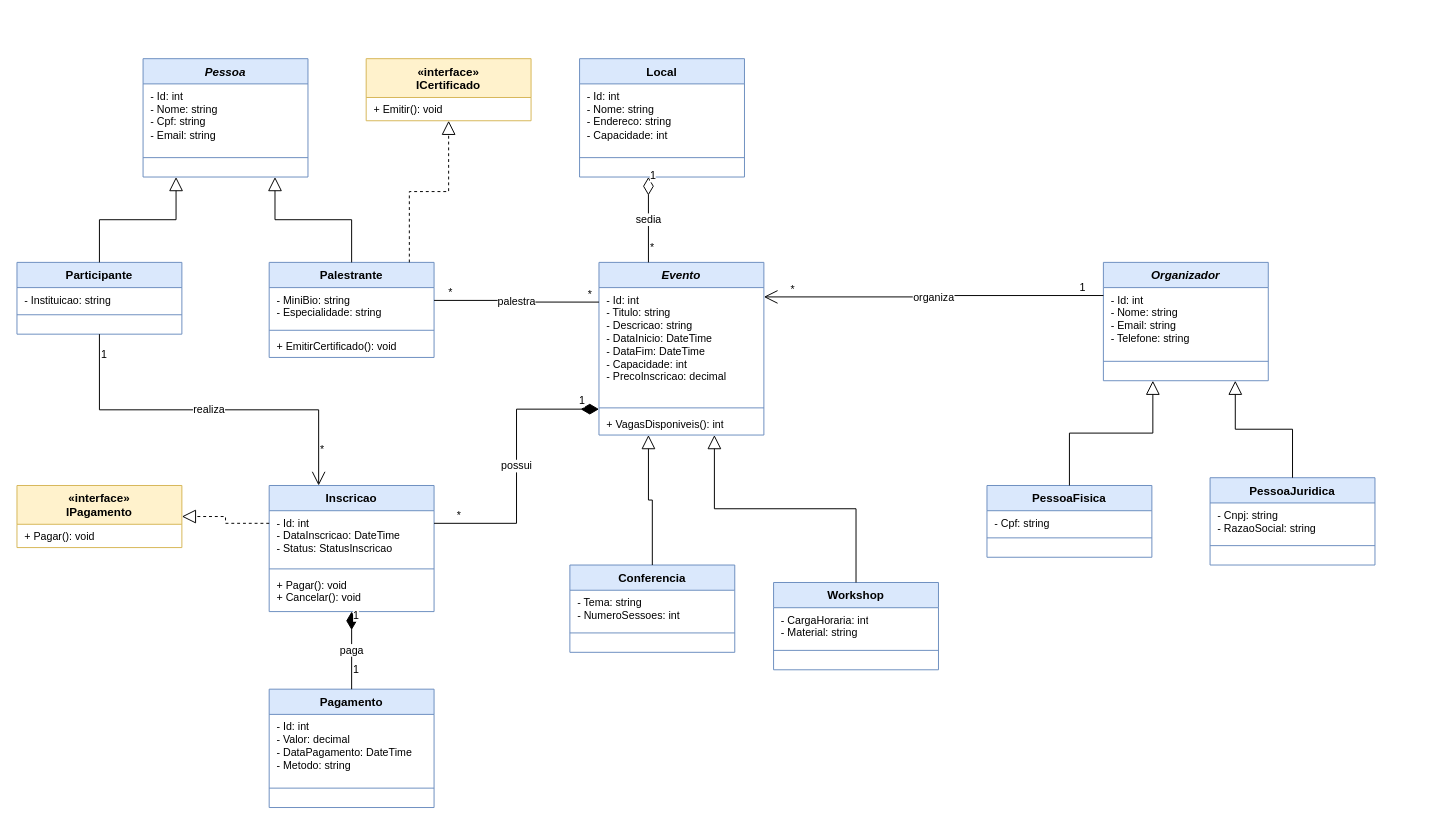
Earlier version of the draw.io diagram docs/diagrama_classes_eventos.drawio (Gabriel-Romanovski-Vitorasse/Sistema-de-Gestao-de-Eventos). Source tidied: cells renumbered, new cells numbered last; positions are measured from the earlier drawing's top-left corner, leaving out a move shared by most shapes. Both pictures are drawn from the tidied source at 97%, with x=0, y=0 at pixel (16, 58).
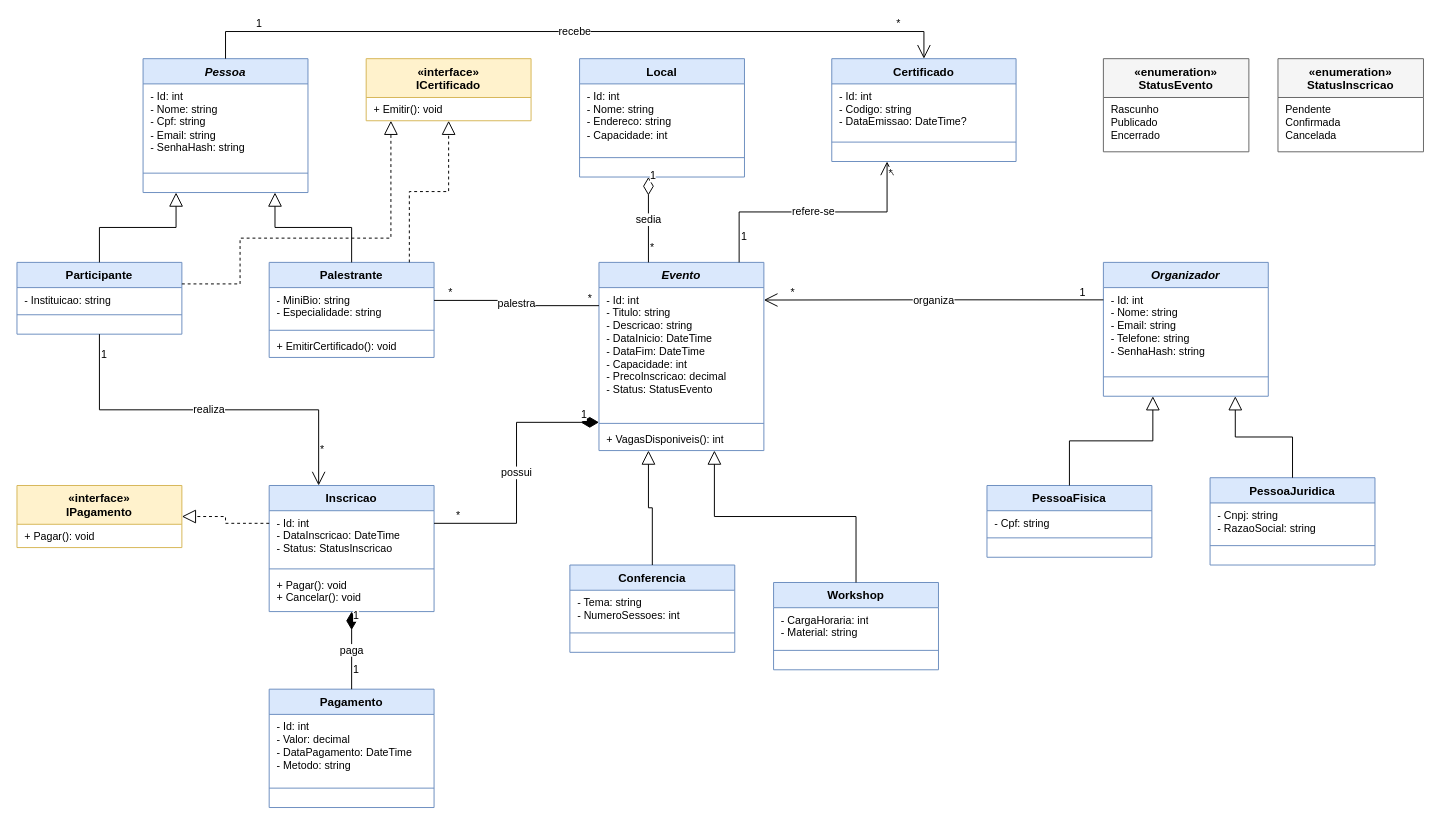
The same page after the edit.

The change refers to these unchanged cells:
```xml
<mxCell id="6" value="Participante" style="swimlane;fontStyle=1;align=center;verticalAlign=top;horizontal=1;startSize=26;whiteSpace=wrap;html=1;fontSize=12;fillColor=#dae8fc;strokeColor=#6c8ebf;" parent="1" vertex="1">
  <mxGeometry y="210" width="170" height="74" as="geometry" />
</mxCell>
<mxCell id="14" value="&amp;laquo;interface&amp;raquo;&lt;br&gt;ICertificado" style="swimlane;fontStyle=1;align=center;verticalAlign=top;horizontal=1;startSize=40;whiteSpace=wrap;html=1;fontSize=12;fillColor=#fff2cc;strokeColor=#d6b656;" parent="1" vertex="1">
  <mxGeometry x="360" width="170" height="64" as="geometry" />
</mxCell>
```

Diff of the diagram source:
```diff
@@
     <mxCell id="2" value="Pessoa" style="swimlane;fontStyle=3;align=center;verticalAlign=top;horizontal=1;startSize=26;whiteSpace=wrap;html=1;fontSize=12;fillColor=#dae8fc;strokeColor=#6c8ebf;" parent="1" vertex="1">
-      <mxGeometry x="130" width="170" height="122" as="geometry" />
+      <mxGeometry x="130" width="170" height="138" as="geometry" />
     </mxCell>
-    <mxCell id="3" value="- Id: int&lt;br&gt;- Nome: string&lt;br&gt;- Cpf: string&lt;br&gt;- Email: string" style="text;strokeColor=none;fillColor=none;align=left;verticalAlign=top;spacingLeft=6;spacingRight=4;overflow=hidden;whiteSpace=wrap;html=1;fontSize=11;" parent="2" vertex="1">
-      <mxGeometry y="26" width="170" height="72" as="geometry" />
+    <mxCell id="3" value="- Id: int&lt;br&gt;- Nome: string&lt;br&gt;- Cpf: string&lt;br&gt;- Email: string&lt;br&gt;- SenhaHash: string" style="text;strokeColor=none;fillColor=none;align=left;verticalAlign=top;spacingLeft=6;spacingRight=4;overflow=hidden;whiteSpace=wrap;html=1;fontSize=11;" parent="2" vertex="1">
+      <mxGeometry y="26" width="170" height="88" as="geometry" />
     </mxCell>
     <mxCell id="4" style="line;strokeWidth=1;fillColor=none;align=left;verticalAlign=middle;spacingTop=-1;spacingLeft=3;spacingRight=3;labelPosition=right;strokeColor=inherit;" parent="2" vertex="1">
-      <mxGeometry y="98" width="170" height="8" as="geometry" />
+      <mxGeometry y="114" width="170" height="8" as="geometry" />
     </mxCell>
     <mxCell id="5" style="text;strokeColor=none;fillColor=none;align=left;verticalAlign=top;spacingLeft=6;spacingRight=4;overflow=hidden;whiteSpace=wrap;html=1;fontSize=11;" parent="2" vertex="1">
-      <mxGeometry y="106" width="170" height="16" as="geometry" />
+      <mxGeometry y="122" width="170" height="16" as="geometry" />
     </mxCell>
@@
     <mxCell id="22" value="Evento" style="swimlane;fontStyle=3;align=center;verticalAlign=top;horizontal=1;startSize=26;whiteSpace=wrap;html=1;fontSize=12;fillColor=#dae8fc;strokeColor=#6c8ebf;" parent="1" vertex="1">
-      <mxGeometry x="600" y="210" width="170" height="178" as="geometry" />
+      <mxGeometry x="600" y="210" width="170" height="194" as="geometry" />
     </mxCell>
-    <mxCell id="23" value="- Id: int&lt;br&gt;- Titulo: string&lt;br&gt;- Descricao: string&lt;br&gt;- DataInicio: DateTime&lt;br&gt;- DataFim: DateTime&lt;br&gt;- Capacidade: int&lt;br&gt;- PrecoInscricao: decimal" style="text;strokeColor=none;fillColor=none;align=left;verticalAlign=top;spacingLeft=6;spacingRight=4;overflow=hidden;whiteSpace=wrap;html=1;fontSize=11;" parent="22" vertex="1">
-      <mxGeometry y="26" width="170" height="120" as="geometry" />
+    <mxCell id="23" value="- Id: int&lt;br&gt;- Titulo: string&lt;br&gt;- Descricao: string&lt;br&gt;- DataInicio: DateTime&lt;br&gt;- DataFim: DateTime&lt;br&gt;- Capacidade: int&lt;br&gt;- PrecoInscricao: decimal&lt;br&gt;- Status: StatusEvento" style="text;strokeColor=none;fillColor=none;align=left;verticalAlign=top;spacingLeft=6;spacingRight=4;overflow=hidden;whiteSpace=wrap;html=1;fontSize=11;" parent="22" vertex="1">
+      <mxGeometry y="26" width="170" height="136" as="geometry" />
     </mxCell>
     <mxCell id="24" style="line;strokeWidth=1;fillColor=none;align=left;verticalAlign=middle;spacingTop=-1;spacingLeft=3;spacingRight=3;labelPosition=right;strokeColor=inherit;" parent="22" vertex="1">
-      <mxGeometry y="146" width="170" height="8" as="geometry" />
+      <mxGeometry y="162" width="170" height="8" as="geometry" />
     </mxCell>
     <mxCell id="25" value="+ VagasDisponiveis(): int" style="text;strokeColor=none;fillColor=none;align=left;verticalAlign=top;spacingLeft=6;spacingRight=4;overflow=hidden;whiteSpace=wrap;html=1;fontSize=11;" parent="22" vertex="1">
-      <mxGeometry y="154" width="170" height="24" as="geometry" />
+      <mxGeometry y="170" width="170" height="24" as="geometry" />
     </mxCell>
@@
     <mxCell id="38" value="Organizador" style="swimlane;fontStyle=3;align=center;verticalAlign=top;horizontal=1;startSize=26;whiteSpace=wrap;html=1;fontSize=12;fillColor=#dae8fc;strokeColor=#6c8ebf;" parent="1" vertex="1">
-      <mxGeometry x="1120" y="210" width="170" height="122" as="geometry" />
+      <mxGeometry x="1120" y="210" width="170" height="138" as="geometry" />
     </mxCell>
-    <mxCell id="39" value="- Id: int&lt;br&gt;- Nome: string&lt;br&gt;- Email: string&lt;br&gt;- Telefone: string" style="text;strokeColor=none;fillColor=none;align=left;verticalAlign=top;spacingLeft=6;spacingRight=4;overflow=hidden;whiteSpace=wrap;html=1;fontSize=11;" parent="38" vertex="1">
-      <mxGeometry y="26" width="170" height="72" as="geometry" />
+    <mxCell id="39" value="- Id: int&lt;br&gt;- Nome: string&lt;br&gt;- Email: string&lt;br&gt;- Telefone: string&lt;br&gt;- SenhaHash: string" style="text;strokeColor=none;fillColor=none;align=left;verticalAlign=top;spacingLeft=6;spacingRight=4;overflow=hidden;whiteSpace=wrap;html=1;fontSize=11;" parent="38" vertex="1">
+      <mxGeometry y="26" width="170" height="88" as="geometry" />
     </mxCell>
     <mxCell id="40" style="line;strokeWidth=1;fillColor=none;align=left;verticalAlign=middle;spacingTop=-1;spacingLeft=3;spacingRight=3;labelPosition=right;strokeColor=inherit;" parent="38" vertex="1">
-      <mxGeometry y="98" width="170" height="8" as="geometry" />
+      <mxGeometry y="114" width="170" height="8" as="geometry" />
     </mxCell>
     <mxCell id="41" style="text;strokeColor=none;fillColor=none;align=left;verticalAlign=top;spacingLeft=6;spacingRight=4;overflow=hidden;whiteSpace=wrap;html=1;fontSize=11;" parent="38" vertex="1">
-      <mxGeometry y="106" width="170" height="16" as="geometry" />
+      <mxGeometry y="122" width="170" height="16" as="geometry" />
     </mxCell>
@@
+    <mxCell id="80" value="Certificado" style="swimlane;fontStyle=1;align=center;verticalAlign=top;horizontal=1;startSize=26;whiteSpace=wrap;html=1;fontSize=12;fillColor=#dae8fc;strokeColor=#6c8ebf;" parent="1" vertex="1">
+      <mxGeometry x="840" width="190" height="106" as="geometry" />
+    </mxCell>
+    <mxCell id="81" value="- Id: int&lt;br&gt;- Codigo: string&lt;br&gt;- DataEmissao: DateTime?" style="text;strokeColor=none;fillColor=none;align=left;verticalAlign=top;spacingLeft=6;spacingRight=4;overflow=hidden;whiteSpace=wrap;html=1;fontSize=11;" parent="80" vertex="1">
+      <mxGeometry y="26" width="190" height="56" as="geometry" />
+    </mxCell>
+    <mxCell id="82" style="line;strokeWidth=1;fillColor=none;align=left;verticalAlign=middle;spacingTop=-1;spacingLeft=3;spacingRight=3;labelPosition=right;strokeColor=inherit;" parent="80" vertex="1">
+      <mxGeometry y="82" width="190" height="8" as="geometry" />
+    </mxCell>
+    <mxCell id="83" style="text;strokeColor=none;fillColor=none;align=left;verticalAlign=top;spacingLeft=6;spacingRight=4;overflow=hidden;whiteSpace=wrap;html=1;fontSize=11;" parent="80" vertex="1">
+      <mxGeometry y="90" width="190" height="16" as="geometry" />
+    </mxCell>
+    <mxCell id="84" value="&amp;laquo;enumeration&amp;raquo;&lt;br&gt;StatusEvento" style="swimlane;fontStyle=1;align=center;verticalAlign=top;horizontal=1;startSize=40;whiteSpace=wrap;html=1;fontSize=12;fillColor=#f5f5f5;strokeColor=#666666;" parent="1" vertex="1">
+      <mxGeometry x="1120" width="150" height="96" as="geometry" />
+    </mxCell>
+    <mxCell id="85" value="Rascunho&lt;br&gt;Publicado&lt;br&gt;Encerrado" style="text;strokeColor=none;fillColor=none;align=left;verticalAlign=top;spacingLeft=6;spacingRight=4;overflow=hidden;whiteSpace=wrap;html=1;fontSize=11;" parent="84" vertex="1">
+      <mxGeometry y="40" width="150" height="56" as="geometry" />
+    </mxCell>
+    <mxCell id="86" value="&amp;laquo;enumeration&amp;raquo;&lt;br&gt;StatusInscricao" style="swimlane;fontStyle=1;align=center;verticalAlign=top;horizontal=1;startSize=40;whiteSpace=wrap;html=1;fontSize=12;fillColor=#f5f5f5;strokeColor=#666666;" parent="1" vertex="1">
+      <mxGeometry x="1300" width="150" height="96" as="geometry" />
+    </mxCell>
+    <mxCell id="87" value="Pendente&lt;br&gt;Confirmada&lt;br&gt;Cancelada" style="text;strokeColor=none;fillColor=none;align=left;verticalAlign=top;spacingLeft=6;spacingRight=4;overflow=hidden;whiteSpace=wrap;html=1;fontSize=11;" parent="86" vertex="1">
+      <mxGeometry y="40" width="150" height="56" as="geometry" />
+    </mxCell>
+    <mxCell id="88" value="refere-se" style="edgeStyle=orthogonalEdgeStyle;rounded=0;html=1;fontSize=11;endSize=12;endArrow=open;endFill=0;exitX=0.85;exitY=0;exitDx=0;exitDy=0;entryX=0.3;entryY=1;entryDx=0;entryDy=0;" parent="1" edge="1" source="22" target="80">
+      <mxGeometry relative="1" as="geometry" />
+    </mxCell>
+    <mxCell id="89" value="1" style="edgeLabel;html=1;align=left;verticalAlign=bottom;fontSize=11;" parent="88" vertex="1">
+      <mxGeometry x="-0.85" relative="1" as="geometry" />
+    </mxCell>
+    <mxCell id="90" value="*" style="edgeLabel;html=1;align=left;verticalAlign=bottom;fontSize=11;" parent="88" vertex="1">
+      <mxGeometry x="0.85" relative="1" as="geometry" />
+    </mxCell>
+    <mxCell id="91" value="recebe" style="edgeStyle=orthogonalEdgeStyle;rounded=0;html=1;fontSize=11;endSize=12;endArrow=open;endFill=0;exitX=0.5;exitY=0;exitDx=0;exitDy=0;entryX=0.5;entryY=0;entryDx=0;entryDy=0;" parent="1" edge="1" source="2" target="80">
+      <mxGeometry relative="1" as="geometry">
+        <Array as="points">
+          <mxPoint x="215" y="-28" />
+          <mxPoint x="935" y="-28" />
+        </Array>
+      </mxGeometry>
+    </mxCell>
+    <mxCell id="92" value="1" style="edgeLabel;html=1;align=left;verticalAlign=bottom;fontSize=11;" parent="91" vertex="1">
+      <mxGeometry x="-0.85" relative="1" as="geometry" />
+    </mxCell>
+    <mxCell id="93" value="*" style="edgeLabel;html=1;align=left;verticalAlign=bottom;fontSize=11;" parent="91" vertex="1">
+      <mxGeometry x="0.85" relative="1" as="geometry" />
+    </mxCell>
+    <mxCell id="94" style="edgeStyle=orthogonalEdgeStyle;rounded=0;html=1;fontSize=11;endSize=12;endArrow=block;endFill=0;dashed=1;exitX=1;exitY=0.3;exitDx=0;exitDy=0;entryX=0.15;entryY=1;entryDx=0;entryDy=0;" parent="1" edge="1" source="6" target="14">
+      <mxGeometry relative="1" as="geometry">
+        <Array as="points">
+          <mxPoint x="230" y="232" />
+          <mxPoint x="230" y="185" />
+          <mxPoint x="385.5" y="185" />
+        </Array>
+      </mxGeometry>
+    </mxCell>
```
